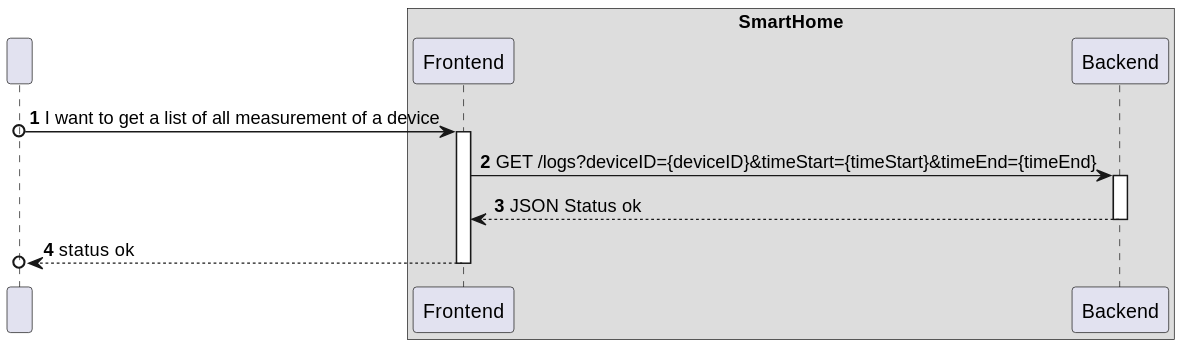
This is docs/C4_4plus1_models/Level2/ProcessView/ProcessViewLevel2_UC23_v1.svg from moutajDev/smarthome, a PlantUML export, as it was before one commit.
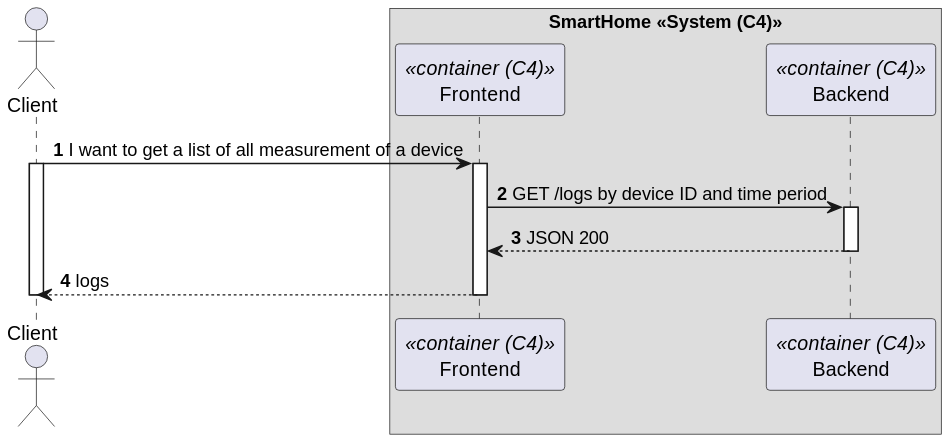
After the change.

What changed in the source:
```diff
@@ -3,23 +3,25 @@
 
 autonumber
 
-participant " " as User
+actor "Client" as User
 
 
-box "SmartHome"
-    participant "Frontend" as FE
-    participant "Backend" as SV
+box "SmartHome <<System (C4)>>"
+    participant "Frontend" as FE<<container (C4)>>
+    participant "Backend" as SV<<container (C4)>>
 end box
 
-User o-> FE : I want to get a list of all measurement of a device
+User -> FE : I want to get a list of all measurement of a device
 activate FE
+activate User
 
-FE -> SV : GET /logs?deviceID={deviceID}&timeStart={timeStart}&timeEnd={timeEnd}
+FE -> SV : GET /logs by device ID and time period
 activate SV
 
-SV --> FE : JSON Status ok
+SV --> FE : JSON 200
 deactivate SV
 
-FE -->o User : status ok
+FE --> User : logs
 deactivate FE
+deactivate User
 @enduml
```
